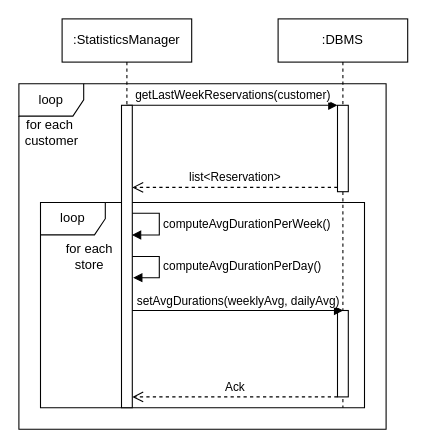
Above: DD/Images/RuntimeViewStatistics.drawio in StefanoAzzone/AbelliAzzone (draw.io), before the change. Source tidied: cells renumbered, new cells numbered last; positions are measured from the earlier drawing's top-left corner, leaving out a move shared by most shapes. Both pictures are drawn from the tidied source at 108%, with x=0, y=0 at pixel (18, 18).
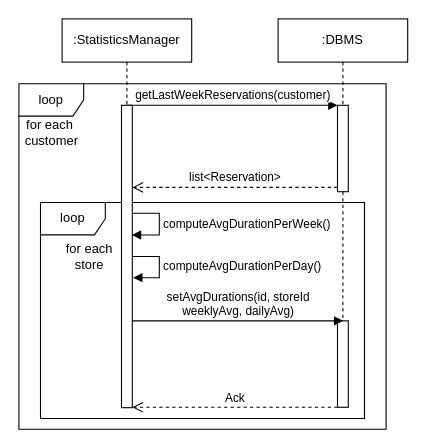
Above is the later version.

The change refers to these unchanged cells:
```xml
<mxCell id="5" value=":DBMS" style="shape=umlLifeline;perimeter=lifelinePerimeter;whiteSpace=wrap;html=1;" parent="1" vertex="1">
  <mxGeometry x="240" width="120" height="360" as="geometry" />
</mxCell>
```

Diff of the diagram source:
```diff
@@
+    <mxCell id="3" value="loop" style="shape=umlFrame;whiteSpace=wrap;html=1;" parent="1" vertex="1">
+      <mxGeometry y="60" width="340" height="320" as="geometry" />
+    </mxCell>
     <mxCell id="2" value="loop" style="shape=umlFrame;whiteSpace=wrap;html=1;" parent="1" vertex="1">
-      <mxGeometry x="20" y="170" width="300" height="190" as="geometry" />
+      <mxGeometry x="20" y="170" width="300" height="200" as="geometry" />
     </mxCell>
-    <mxCell id="3" value="loop" style="shape=umlFrame;whiteSpace=wrap;html=1;" parent="1" vertex="1">
-      <mxGeometry y="60" width="340" height="320" as="geometry" />
-    </mxCell>
@@
     <mxCell id="7" style="html=1;perimeter=orthogonalPerimeter;" parent="5" vertex="1">
-      <mxGeometry x="55" y="270" width="10" height="80" as="geometry" />
+      <mxGeometry x="55" y="279.6" width="10" height="80" as="geometry" />
     </mxCell>
@@
-    <mxCell id="13" value="setAvgDurations(weeklyAvg, dailyAvg)" style="html=1;verticalAlign=bottom;endArrow=block;entryX=0;entryY=0;" parent="1" edge="1">
+    <mxCell id="13" value="setAvgDurations(id, storeId&lt;br&gt;weeklyAvg, dailyAvg)" style="html=1;verticalAlign=bottom;endArrow=block;entryX=0;entryY=0;" parent="1" edge="1">
       <mxGeometry relative="1" as="geometry">
-        <mxPoint x="105" y="270" as="sourcePoint" />
-        <mxPoint x="300.3" y="270" as="targetPoint" />
+        <mxPoint x="105" y="279.6" as="sourcePoint" />
+        <mxPoint x="300.3" y="279.6" as="targetPoint" />
       </mxGeometry>
     </mxCell>
     <mxCell id="14" value="Ack" style="html=1;verticalAlign=bottom;endArrow=open;dashed=1;endSize=8;exitX=0;exitY=0.95;" parent="1" edge="1">
       <mxGeometry relative="1" as="geometry">
-        <mxPoint x="295" y="350" as="sourcePoint" />
-        <mxPoint x="105" y="350" as="targetPoint" />
+        <mxPoint x="295" y="359.6" as="sourcePoint" />
+        <mxPoint x="105" y="359.6" as="targetPoint" />
       </mxGeometry>
     </mxCell>
```
